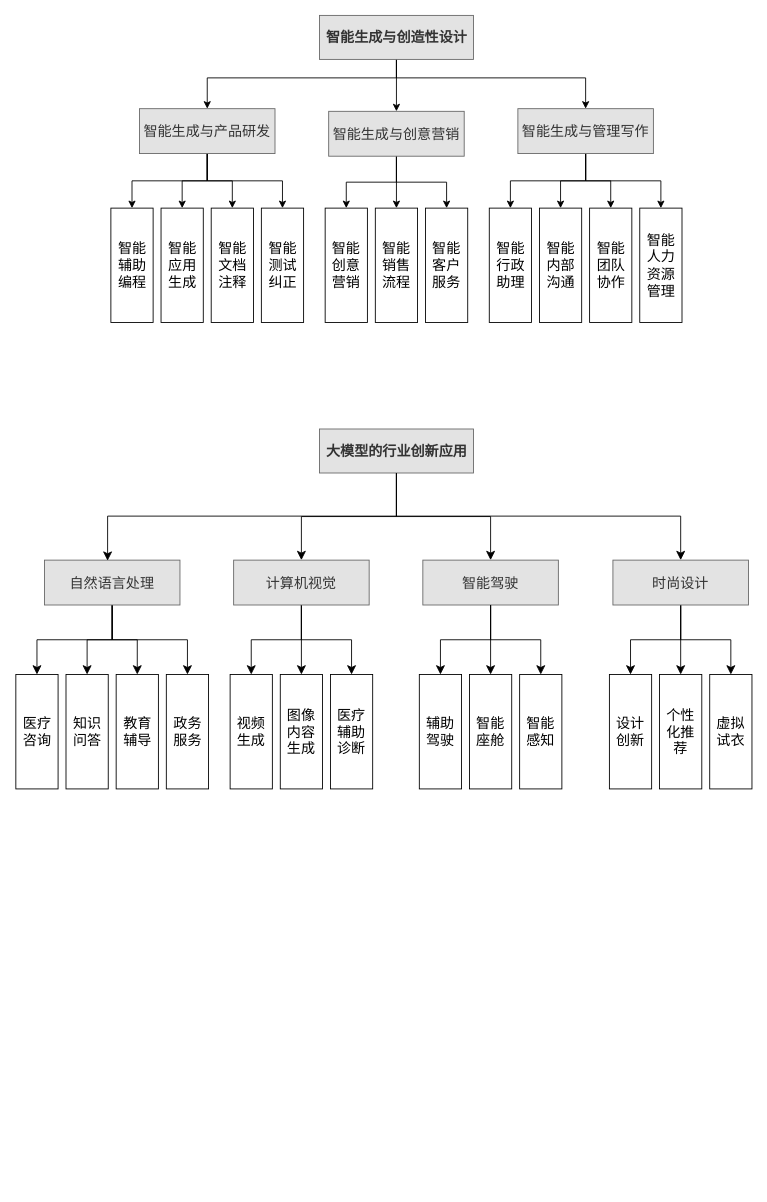
GPlaying/brain_map keeps this draw.io diagram as 书稿.drawio. Above is the earlier version. Source tidied: cells renumbered, new cells numbered last; positions are measured from the earlier drawing's top-left corner, leaving out a move shared by most shapes. Both pictures are drawn from the tidied source at 88%, with x=0, y=0 at pixel (16, 15).
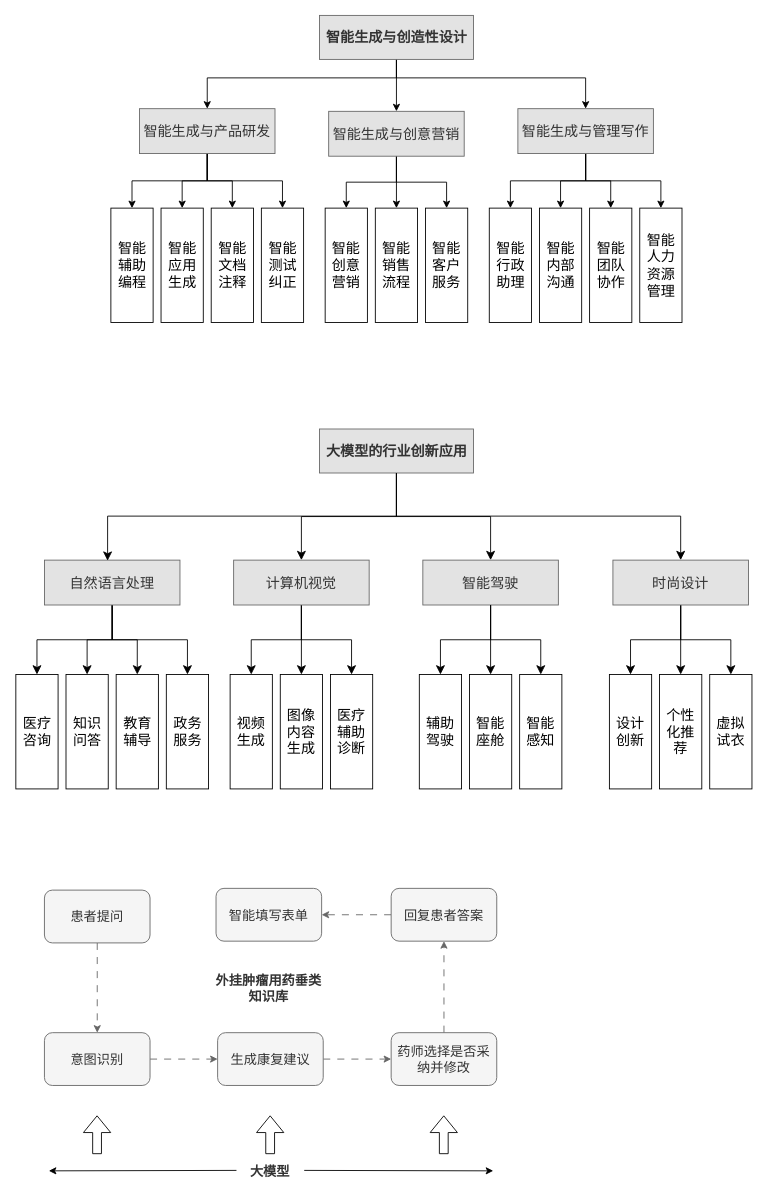
After the change.

The edit, as a diff of the source:
```diff
@@
+    <mxCell id="66" style="edgeStyle=orthogonalEdgeStyle;rounded=0;jettySize=auto;html=1;fontFamily=仿宋;fontSize=15;fillColor=#f5f5f5;strokeColor=#666666;fontStyle=0;dashed=1;dashPattern=8 8;" parent="1" edge="1" source="67" target="69">
+      <mxGeometry relative="1" as="geometry" />
+    </mxCell>
+    <mxCell id="67" value="患者提问" style="rounded=1;whiteSpace=wrap;html=1;fontFamily=仿宋;fontSize=15;fillColor=#f5f5f5;strokeColor=#666666;fontColor=#333333;fontStyle=0;" parent="1" vertex="1">
+      <mxGeometry x="32" y="994" width="120" height="60" as="geometry" />
+    </mxCell>
+    <mxCell id="68" style="edgeStyle=orthogonalEdgeStyle;rounded=0;jettySize=auto;html=1;fontFamily=仿宋;fontSize=15;fillColor=#f5f5f5;strokeColor=#666666;fontStyle=0;dashed=1;dashPattern=8 8;" parent="1" edge="1" source="69" target="71">
+      <mxGeometry relative="1" as="geometry" />
+    </mxCell>
+    <mxCell id="69" value="意图识别" style="rounded=1;whiteSpace=wrap;html=1;fontFamily=仿宋;fontSize=15;fillColor=#f5f5f5;strokeColor=#666666;fontColor=#333333;fontStyle=0;" parent="1" vertex="1">
+      <mxGeometry x="32" y="1156" width="120" height="60" as="geometry" />
+    </mxCell>
+    <mxCell id="70" style="edgeStyle=orthogonalEdgeStyle;rounded=0;jettySize=auto;html=1;fontFamily=仿宋;fontSize=15;fillColor=#f5f5f5;strokeColor=#666666;fontStyle=0;dashed=1;dashPattern=8 8;" parent="1" edge="1" source="71" target="73">
+      <mxGeometry relative="1" as="geometry" />
+    </mxCell>
+    <mxCell id="71" value="生成康复建议" style="rounded=1;whiteSpace=wrap;html=1;fontFamily=仿宋;fontSize=15;fillColor=#f5f5f5;strokeColor=#666666;fontColor=#333333;fontStyle=0;" parent="1" vertex="1">
+      <mxGeometry x="228.8" y="1156" width="120" height="60" as="geometry" />
+    </mxCell>
+    <mxCell id="72" style="edgeStyle=orthogonalEdgeStyle;rounded=0;jettySize=auto;html=1;entryX=0.5;entryY=1;entryDx=0;entryDy=0;fontFamily=仿宋;fontSize=15;fillColor=#f5f5f5;strokeColor=#666666;fontStyle=0;dashed=1;dashPattern=8 8;" parent="1" edge="1" source="73" target="75">
+      <mxGeometry relative="1" as="geometry" />
+    </mxCell>
+    <mxCell id="73" value="药师选择是否采纳并修改" style="rounded=1;whiteSpace=wrap;html=1;fontFamily=仿宋;fontSize=15;fillColor=#f5f5f5;strokeColor=#666666;fontColor=#333333;fontStyle=0;" parent="1" vertex="1">
+      <mxGeometry x="426" y="1156" width="120" height="60" as="geometry" />
+    </mxCell>
+    <mxCell id="74" style="edgeStyle=orthogonalEdgeStyle;rounded=0;jettySize=auto;html=1;entryX=1;entryY=0.5;entryDx=0;entryDy=0;fontFamily=仿宋;fontSize=15;fillColor=#f5f5f5;strokeColor=#666666;fontStyle=0;dashed=1;dashPattern=8 8;" parent="1" edge="1" source="75" target="76">
+      <mxGeometry relative="1" as="geometry" />
+    </mxCell>
+    <mxCell id="75" value="回复患者答案" style="rounded=1;whiteSpace=wrap;html=1;fontFamily=仿宋;fontSize=15;fillColor=#f5f5f5;strokeColor=#666666;fontColor=#333333;fontStyle=0;" parent="1" vertex="1">
+      <mxGeometry x="426" y="992" width="120" height="60" as="geometry" />
+    </mxCell>
+    <mxCell id="76" value="智能填写表单" style="rounded=1;whiteSpace=wrap;html=1;fontFamily=仿宋;fontSize=15;fillColor=#f5f5f5;strokeColor=#666666;fontColor=#333333;fontStyle=0;" parent="1" vertex="1">
+      <mxGeometry x="227" y="992" width="120" height="60" as="geometry" />
+    </mxCell>
+    <mxCell id="77" value="外挂肿瘤用药垂类知识库" style="text;html=1;align=center;verticalAlign=middle;whiteSpace=wrap;rounded=0;fontFamily=仿宋;fontSize=15;fillColor=none;strokeColor=none;fontColor=#333333;fontStyle=1;" parent="1" vertex="1">
+      <mxGeometry x="225.2" y="1066" width="123.5" height="77" as="geometry" />
+    </mxCell>
+    <mxCell id="78" value="大模型" style="text;html=1;align=center;verticalAlign=middle;whiteSpace=wrap;rounded=0;fontFamily=仿宋;fontSize=15;fillColor=none;strokeColor=none;fontColor=#333333;fontStyle=1;" parent="1" vertex="1">
+      <mxGeometry x="250.2" y="1294" width="77" height="37" as="geometry" />
+    </mxCell>
+    <mxCell id="79" style="endArrow=classic;html=1;rounded=0;exitX=0;exitY=0.5;exitDx=0;exitDy=0;" parent="1" edge="1" source="78">
+      <mxGeometry relative="1" as="geometry">
+        <mxPoint x="37" y="1313" as="targetPoint" />
+      </mxGeometry>
+    </mxCell>
+    <mxCell id="80" style="endArrow=classic;html=1;rounded=0;exitX=1;exitY=0.5;exitDx=0;exitDy=0;" parent="1" edge="1" source="78">
+      <mxGeometry relative="1" as="geometry">
+        <mxPoint x="542" y="1313" as="targetPoint" />
+      </mxGeometry>
+    </mxCell>
+    <mxCell id="81" style="shape=flexArrow;endArrow=classic;html=1;rounded=0;" parent="1" edge="1">
+      <mxGeometry relative="1" as="geometry">
+        <mxPoint x="91.8" y="1294" as="sourcePoint" />
+        <mxPoint x="91.8" y="1250" as="targetPoint" />
+      </mxGeometry>
+    </mxCell>
+    <mxCell id="82" style="shape=flexArrow;endArrow=classic;html=1;rounded=0;" parent="1" edge="1">
+      <mxGeometry relative="1" as="geometry">
+        <mxPoint x="288.5" y="1294" as="sourcePoint" />
+        <mxPoint x="288.5" y="1250" as="targetPoint" />
+      </mxGeometry>
+    </mxCell>
+    <mxCell id="83" style="shape=flexArrow;endArrow=classic;html=1;rounded=0;" parent="1" edge="1">
+      <mxGeometry relative="1" as="geometry">
+        <mxPoint x="485.8" y="1294" as="sourcePoint" />
+        <mxPoint x="485.8" y="1250" as="targetPoint" />
+      </mxGeometry>
+    </mxCell>
```
